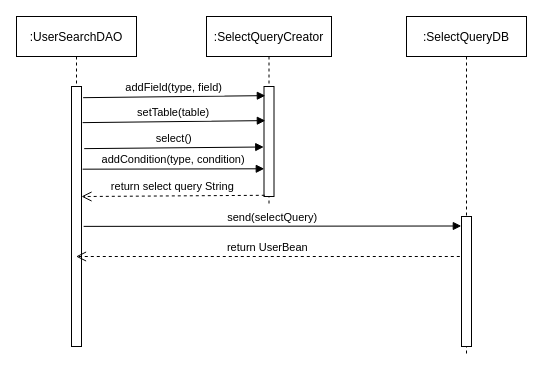
Above: diagrams/UtilityQuerySelectBeanSequence.drawio in empty-works/plain-emrs-no-fw (draw.io), before the change. Source tidied: cells renumbered, new cells numbered last; positions are measured from the earlier drawing's top-left corner, leaving out a move shared by most shapes. Both pictures are drawn from the tidied source at 100%, with x=0, y=0 at pixel (16, 16).
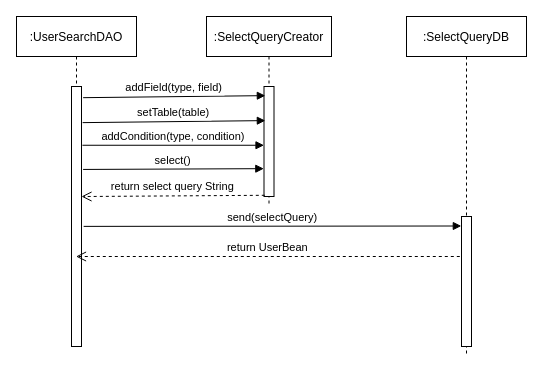
After the change.

Commit message:
UtilityQuerySelectBeanSequence.drawio adjusted the method order.

The edit, as a diff of the source:
```diff
@@
 <mxGraphModel>
   <root>
     <mxCell id="0" />
     <mxCell id="1" parent="0" />
     <mxCell id="2" value=":UserSearchDAO" style="shape=umlLifeline;perimeter=lifelinePerimeter;rounded=0;shadow=0;strokeWidth=1;" parent="1" vertex="1">
       <mxGeometry width="120" height="330" as="geometry" />
     </mxCell>
     <mxCell id="3" style="points=[];perimeter=orthogonalPerimeter;rounded=0;shadow=0;strokeWidth=1;" parent="2" vertex="1">
       <mxGeometry x="55" y="70" width="10" height="260" as="geometry" />
     </mxCell>
     <mxCell id="4" value=":SelectQueryCreator" style="shape=umlLifeline;perimeter=lifelinePerimeter;rounded=0;shadow=0;strokeWidth=1;" parent="1" vertex="1">
       <mxGeometry x="190" width="125" height="190" as="geometry" />
     </mxCell>
     <mxCell id="5" style="points=[];perimeter=orthogonalPerimeter;rounded=0;shadow=0;strokeWidth=1;" parent="4" vertex="1">
       <mxGeometry x="57.5" y="70" width="10" height="110" as="geometry" />
     </mxCell>
     <mxCell id="6" value="return select query String" style="verticalAlign=bottom;endArrow=open;dashed=1;endSize=8;shadow=0;strokeWidth=1;exitX=0.081;exitY=0.989;exitDx=0;exitDy=0;exitPerimeter=0;" parent="1" edge="1" source="5" target="3">
       <mxGeometry relative="1" as="geometry">
         <Array as="points">
           <mxPoint x="70" y="180" />
         </Array>
       </mxGeometry>
     </mxCell>
-    <mxCell id="7" value="select()" style="verticalAlign=bottom;endArrow=block;shadow=0;strokeWidth=1;entryX=-0.025;entryY=0.55;entryDx=0;entryDy=0;entryPerimeter=0;exitX=1.27;exitY=0.239;exitDx=0;exitDy=0;exitPerimeter=0;" parent="1" edge="1" source="3" target="5">
+    <mxCell id="7" value="select()" style="verticalAlign=bottom;endArrow=block;shadow=0;strokeWidth=1;entryX=-0.019;entryY=0.747;entryDx=0;entryDy=0;entryPerimeter=0;exitX=1.162;exitY=0.319;exitDx=0;exitDy=0;exitPerimeter=0;" parent="1" edge="1" source="3" target="5">
       <mxGeometry relative="1" as="geometry" />
     </mxCell>
     <mxCell id="8" value="addField(type, field)" style="verticalAlign=bottom;endArrow=block;shadow=0;strokeWidth=1;exitX=1.164;exitY=0.043;exitDx=0;exitDy=0;exitPerimeter=0;entryX=0.134;entryY=0.083;entryDx=0;entryDy=0;entryPerimeter=0;" parent="1" edge="1" source="3" target="5">
       <mxGeometry relative="1" as="geometry" />
     </mxCell>
     <mxCell id="9" value="setTable(table)" style="verticalAlign=bottom;endArrow=block;shadow=0;strokeWidth=1;exitX=1.111;exitY=0.139;exitDx=0;exitDy=0;exitPerimeter=0;entryX=0.134;entryY=0.31;entryDx=0;entryDy=0;entryPerimeter=0;" parent="1" edge="1" source="3" target="5">
       <mxGeometry relative="1" as="geometry" />
     </mxCell>
-    <mxCell id="10" value="addCondition(type, condition)" style="verticalAlign=bottom;endArrow=block;shadow=0;strokeWidth=1;entryX=0.028;entryY=0.748;entryDx=0;entryDy=0;entryPerimeter=0;exitX=1.111;exitY=0.318;exitDx=0;exitDy=0;exitPerimeter=0;" parent="1" edge="1" source="3" target="5">
+    <mxCell id="10" value="addCondition(type, condition)" style="verticalAlign=bottom;endArrow=block;shadow=0;strokeWidth=1;exitX=1.093;exitY=0.226;exitDx=0;exitDy=0;exitPerimeter=0;" parent="1" edge="1" source="3" target="5">
       <mxGeometry relative="1" as="geometry" />
     </mxCell>
     <mxCell id="11" value=":SelectQueryDB" style="shape=umlLifeline;perimeter=lifelinePerimeter;rounded=0;shadow=0;strokeWidth=1;" parent="1" vertex="1">
       <mxGeometry x="390" width="120" height="340" as="geometry" />
     </mxCell>
     <mxCell id="12" style="points=[];perimeter=orthogonalPerimeter;rounded=0;shadow=0;strokeWidth=1;" parent="11" vertex="1">
       <mxGeometry x="55" y="200" width="10" height="130" as="geometry" />
     </mxCell>
     <mxCell id="13" value="send(selectQuery)" style="verticalAlign=bottom;endArrow=block;shadow=0;strokeWidth=1;exitX=1.217;exitY=0.538;exitDx=0;exitDy=0;exitPerimeter=0;entryX=-0.019;entryY=0.073;entryDx=0;entryDy=0;entryPerimeter=0;" parent="1" edge="1" source="3" target="12">
       <mxGeometry relative="1" as="geometry" />
     </mxCell>
     <mxCell id="14" value="return UserBean" style="verticalAlign=bottom;endArrow=open;dashed=1;endSize=8;shadow=0;strokeWidth=1;exitX=0.081;exitY=0.989;exitDx=0;exitDy=0;exitPerimeter=0;" parent="1" edge="1" target="2">
       <mxGeometry relative="1" as="geometry">
         <mxPoint x="443.3" y="240" as="sourcePoint" />
       </mxGeometry>
     </mxCell>
   </root>
 </mxGraphModel>
```
